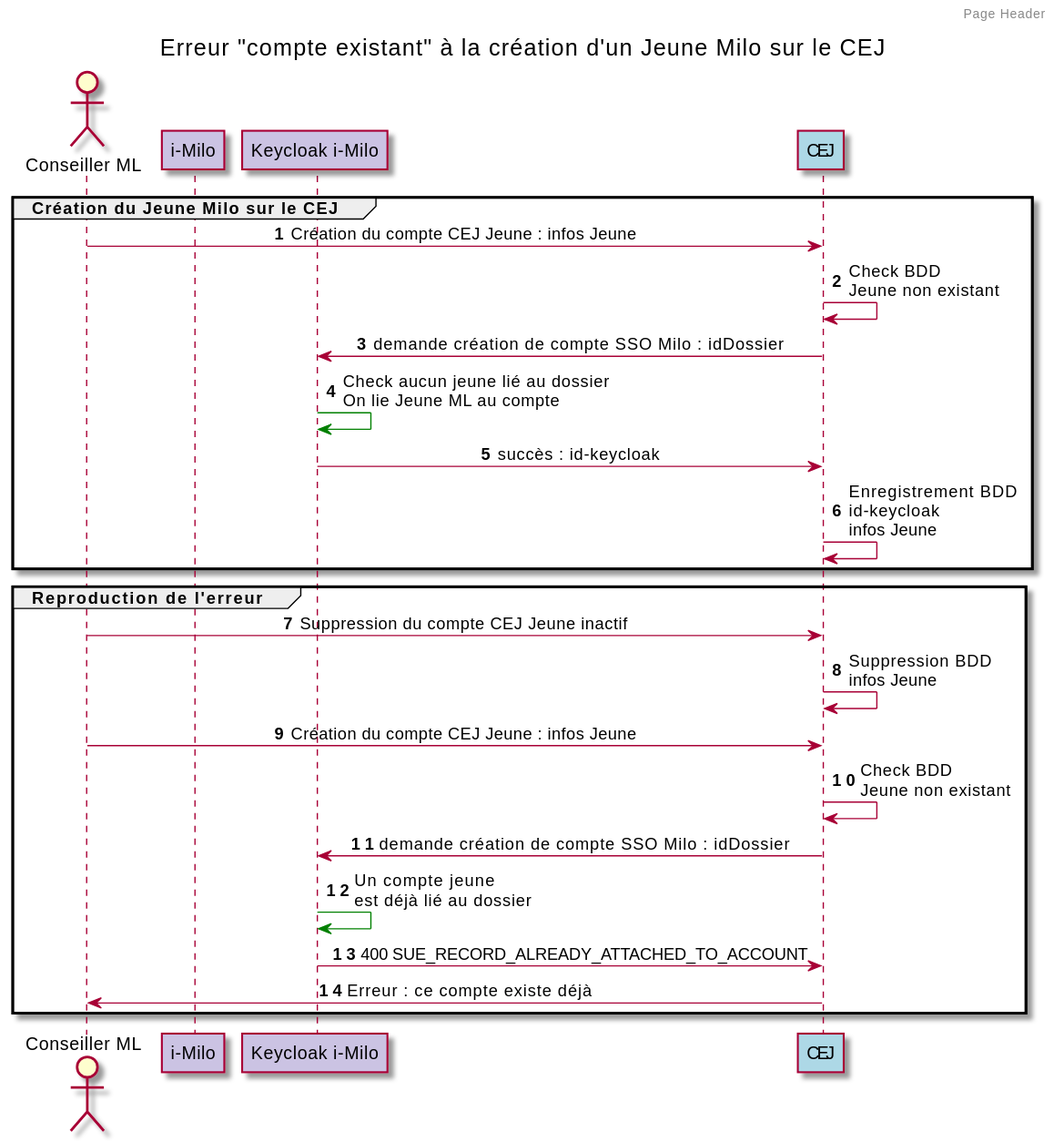
Earlier version of the PlantUML export docs/diagrammes/authentification-erreur-compte-existant.svg (SocialGouv/pass-emploi-api). Source of this version:
```plantuml
@startuml

skinparam backgroundColor white

actor "Conseiller ML" as conseiller
participant "i-Milo" as milo #CBC3E3
participant "Keycloak i-Milo" as kckMilo 	#CBC3E3
participant "CEJ" as cej #ADD8E6

header Page Header

title Erreur "compte existant" à la création d'un Jeune Milo sur le CEJ

autonumber
group Création du Jeune Milo sur le CEJ
skinparam sequenceMessageAlign right
conseiller -> cej : Création du compte CEJ Jeune : infos Jeune
skinparam sequenceMessageAlign left
cej -> cej : Check BDD\nJeune non existant

skinparam sequenceMessageAlign center
cej -> kckMilo :demande création de compte SSO Milo : idDossier
kckMilo -[#green]> kckMilo : Check aucun jeune lié au dossier\nOn lie Jeune ML au compte
kckMilo -> cej : succès : id-keycloak

skinparam sequenceMessageAlign left
cej -> cej : Enregistrement BDD\nid-keycloak\ninfos Jeune
end

group Reproduction de l'erreur
conseiller -> cej : Suppression du compte CEJ Jeune inactif
cej -> cej : Suppression BDD\ninfos Jeune
conseiller -> cej : Création du compte CEJ Jeune : infos Jeune
skinparam sequenceMessageAlign left
cej -> cej : Check BDD\nJeune non existant

skinparam sequenceMessageAlign center
cej -> kckMilo : demande création de compte SSO Milo : idDossier
kckMilo -[#green]> kckMilo : Un compte jeune\nest déjà lié au dossier
kckMilo -> cej : 400 SUE_RECORD_ALREADY_ATTACHED_TO_ACCOUNT
cej -> conseiller : Erreur : ce compte existe déjà
end
@enduml
```
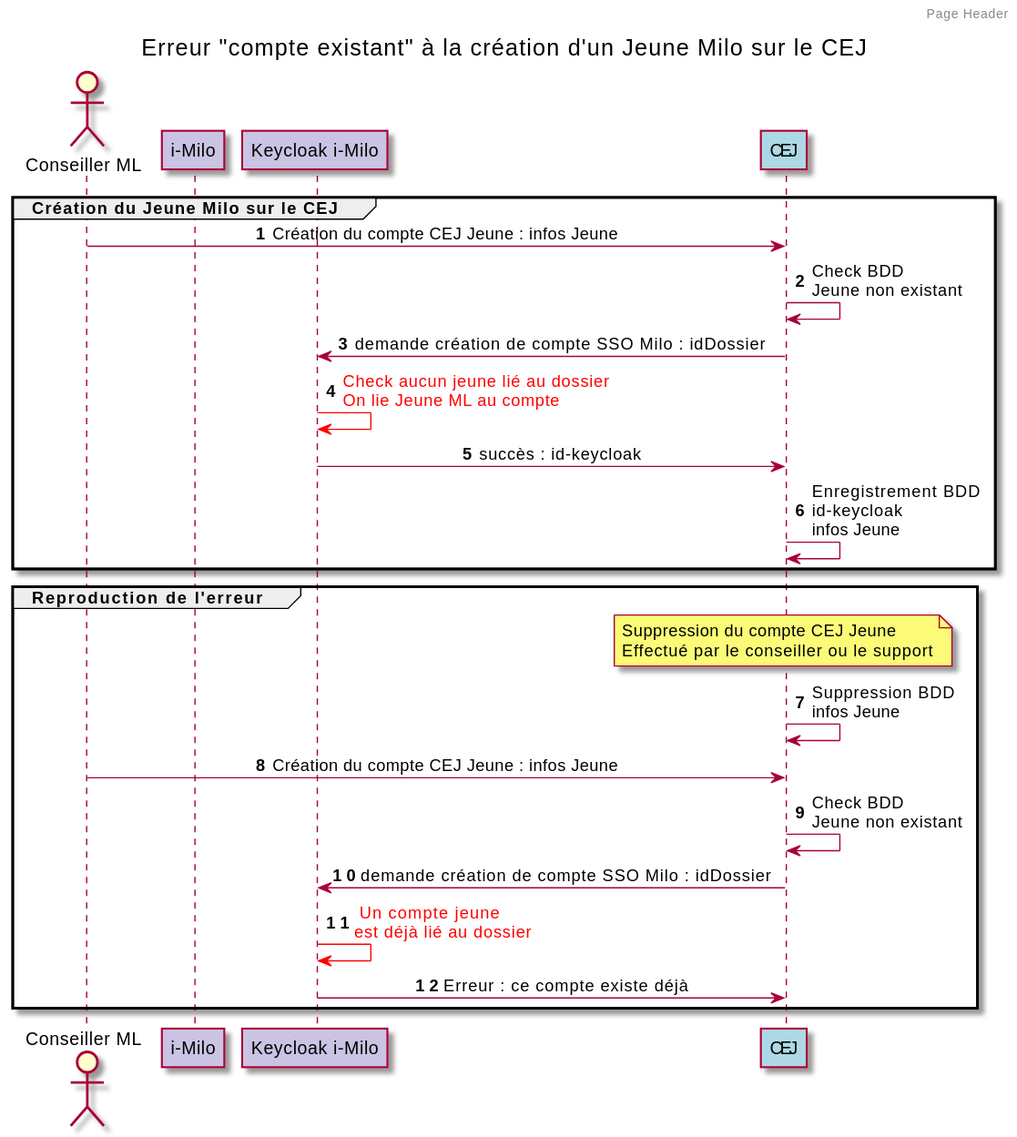
After the commit.

Commit message:
feat: sub lors de la creation du jeune milo

The edit, as a diff of the source:
```diff
@@ -20,7 +20,7 @@
 
 skinparam sequenceMessageAlign center
 cej -> kckMilo :demande création de compte SSO Milo : idDossier
-kckMilo -[#green]> kckMilo : Check aucun jeune lié au dossier\nOn lie Jeune ML au compte
+kckMilo -[#red]> kckMilo : <color:red>Check aucun jeune lié au dossier\n<color:red>On lie Jeune ML au compte
 kckMilo -> cej : succès : id-keycloak
 
 skinparam sequenceMessageAlign left
@@ -28,7 +28,7 @@
 end
 
 group Reproduction de l'erreur
-conseiller -> cej : Suppression du compte CEJ Jeune inactif
+note over  cej : Suppression du compte CEJ Jeune\nEffectué par le conseiller ou le support
 cej -> cej : Suppression BDD\ninfos Jeune
 conseiller -> cej : Création du compte CEJ Jeune : infos Jeune
 skinparam sequenceMessageAlign left
@@ -36,8 +36,7 @@
 
 skinparam sequenceMessageAlign center
 cej -> kckMilo : demande création de compte SSO Milo : idDossier
-kckMilo -[#green]> kckMilo : Un compte jeune\nest déjà lié au dossier
-kckMilo -> cej : 400 SUE_RECORD_ALREADY_ATTACHED_TO_ACCOUNT
-cej -> conseiller : Erreur : ce compte existe déjà
+kckMilo -[#red]> kckMilo :<color:red> Un compte jeune\n<color:red>est déjà lié au dossier
+kckMilo -> cej : Erreur : ce compte existe déjà
 end
 @enduml
```
